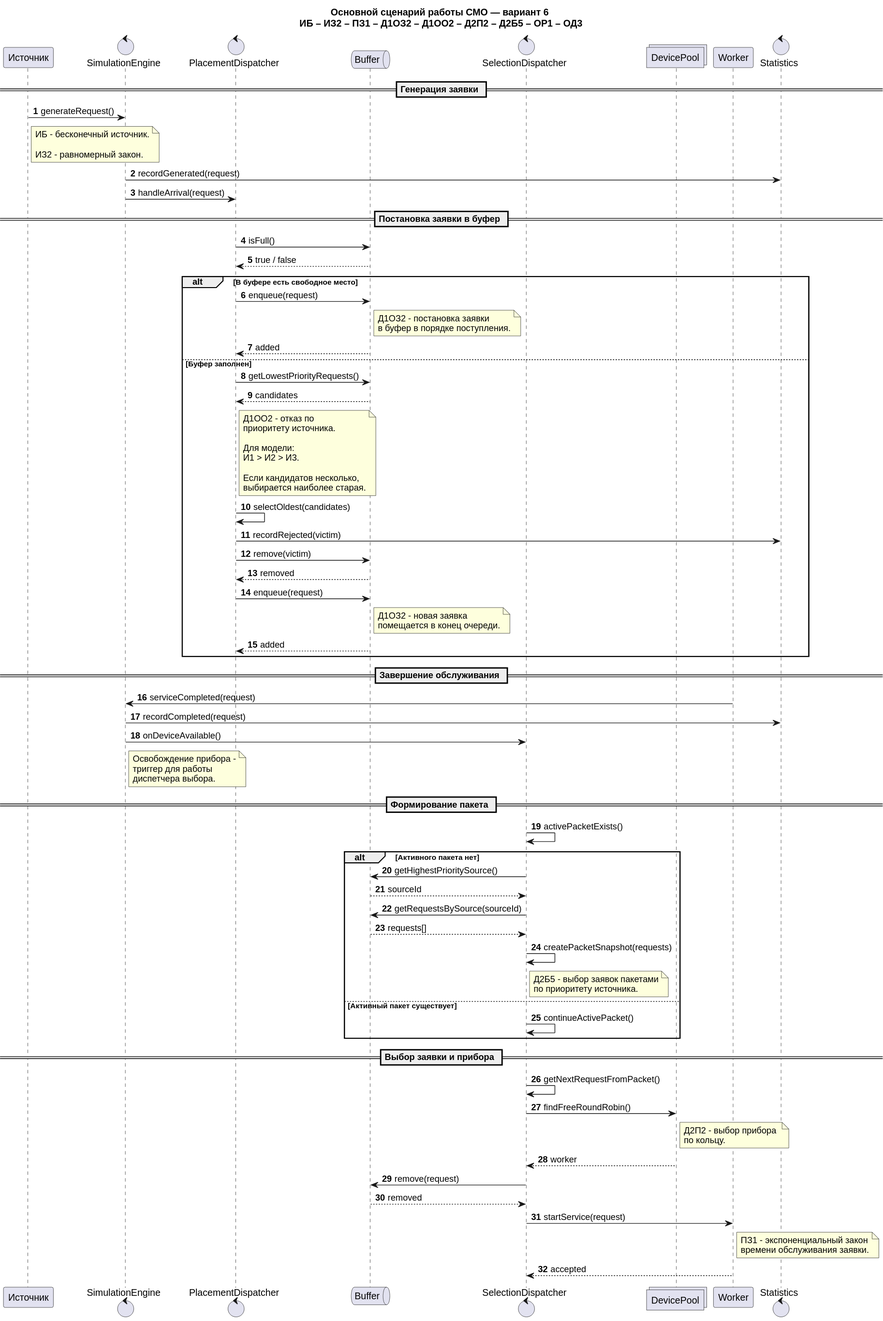
Above: 2 step/sequence/main-flow.svg in arcoirius/aps (PlantUML), before the change. Its source is kept beside it as 2 step/sequence/main-flow.puml. Its diagram source:
```plantuml
@startuml title

title Основной сценарий работы СМО — вариант 6 \nИБ – ИЗ2 – ПЗ1 – Д1ОЗ2 – Д1ОО2 – Д2П2 – Д2Б5 – ОР1 – ОД3

skinparam backgroundColor #FFFFFF
skinparam defaultFontColor #000000

autonumber

participant "Источник" as Source
control "SimulationEngine" as Engine
control "PlacementDispatcher" as PD
queue "Buffer" as Buffer
control "SelectionDispatcher" as SD
collections "DevicePool" as Devices
participant "Worker" as Worker
control "Statistics" as Stats


== Генерация заявки ==

Source -> Engine: generateRequest()

note right of Source
ИБ - бесконечный источник.

ИЗ2 - равномерный закон.
end note

Engine -> Stats: recordGenerated(request)

Engine -> PD: handleArrival(request)


== Постановка заявки в буфер ==

PD -> Buffer: isFull()
Buffer --> PD: true / false


alt В буфере есть свободное место

    PD -> Buffer: enqueue(request)

    note right of Buffer
    Д1ОЗ2 - постановка заявки
    в буфер в порядке поступления.
    end note

    Buffer --> PD: added

else Буфер заполнен

    PD -> Buffer: getLowestPriorityRequests()
    Buffer --> PD: candidates

    note right of PD
    Д1ОО2 - отказ по
    приоритету источника.

    Для модели:
    И1 > И2 > И3.

    Если кандидатов несколько,
    выбирается наиболее старая.
    end note

    PD -> PD: selectOldest(candidates)

    PD -> Stats: recordRejected(victim)

    PD -> Buffer: remove(victim)
    Buffer --> PD: removed

    PD -> Buffer: enqueue(request)

    note right of Buffer
    Д1ОЗ2 - новая заявка
    помещается в конец очереди.
    end note

    Buffer --> PD: added

end

== Завершение обслуживания ==

Worker -> Engine: serviceCompleted(request)

Engine -> Stats: recordCompleted(request)

Engine -> SD: onDeviceAvailable()

note right of Engine
Освобождение прибора -
триггер для работы
диспетчера выбора.
end note


== Формирование пакета ==

SD -> SD: activePacketExists()

alt Активного пакета нет

    SD -> Buffer: getHighestPrioritySource()
    Buffer --> SD: sourceId

    SD -> Buffer: getRequestsBySource(sourceId)
    Buffer --> SD: requests[]

    SD -> SD: createPacketSnapshot(requests)

    note right of SD
    Д2Б5 - выбор заявок пакетами
    по приоритету источника.
    end note

else Активный пакет существует

    SD -> SD: continueActivePacket()

end


== Выбор заявки и прибора ==

SD -> SD: getNextRequestFromPacket()

SD -> Devices: findFreeRoundRobin()

note right of Devices
Д2П2 - выбор прибора
по кольцу.
end note

Devices --> SD: worker


SD -> Buffer: remove(request)
Buffer --> SD: removed


SD -> Worker: startService(request)

note right of Worker
ПЗ1 - экспоненциальный закон
времени обслуживания заявки.
end note

Worker --> SD: accepted
@enduml
```
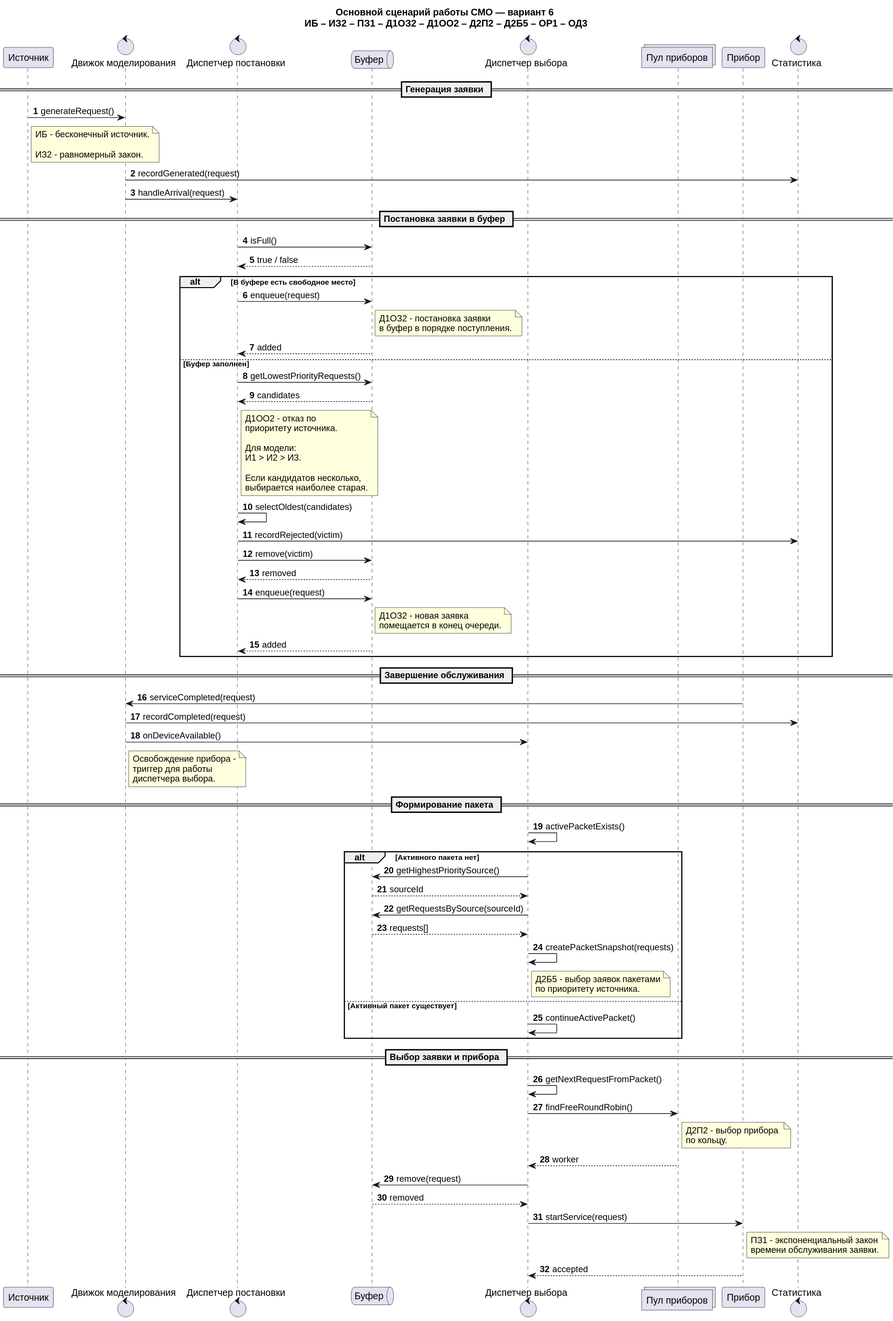
The same diagram one commit later.

Diff of the diagram source:
```diff
@@ -8,13 +8,13 @@
 autonumber
 
 participant "Источник" as Source
-control "SimulationEngine" as Engine
-control "PlacementDispatcher" as PD
-queue "Buffer" as Buffer
-control "SelectionDispatcher" as SD
-collections "DevicePool" as Devices
-participant "Worker" as Worker
-control "Statistics" as Stats
+control "Движок моделирования" as Engine
+control "Диспетчер постановки" as PD
+queue "Буфер" as Buffer
+control "Диспетчер выбора" as SD
+collections "Пул приборов" as Devices
+participant "Прибор" as Worker
+control "Статистика" as Stats
 
 
 == Генерация заявки ==
```
